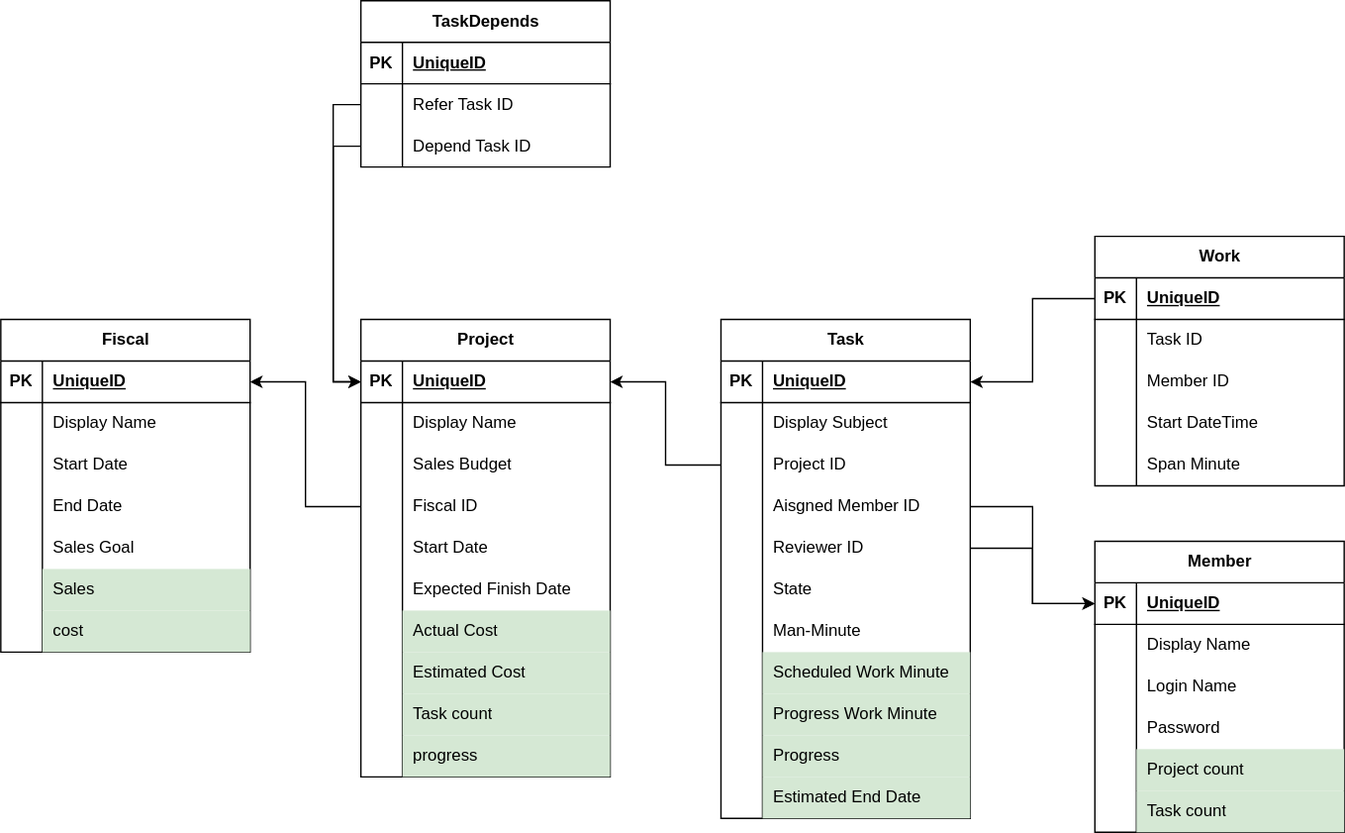
Above: document/figure/er.svg in lotcarnage/cinaps (draw.io), before the change. Source tidied: cells renumbered, new cells last; positions are measured from the earlier drawing's top-left corner, leaving out a move shared by most shapes.
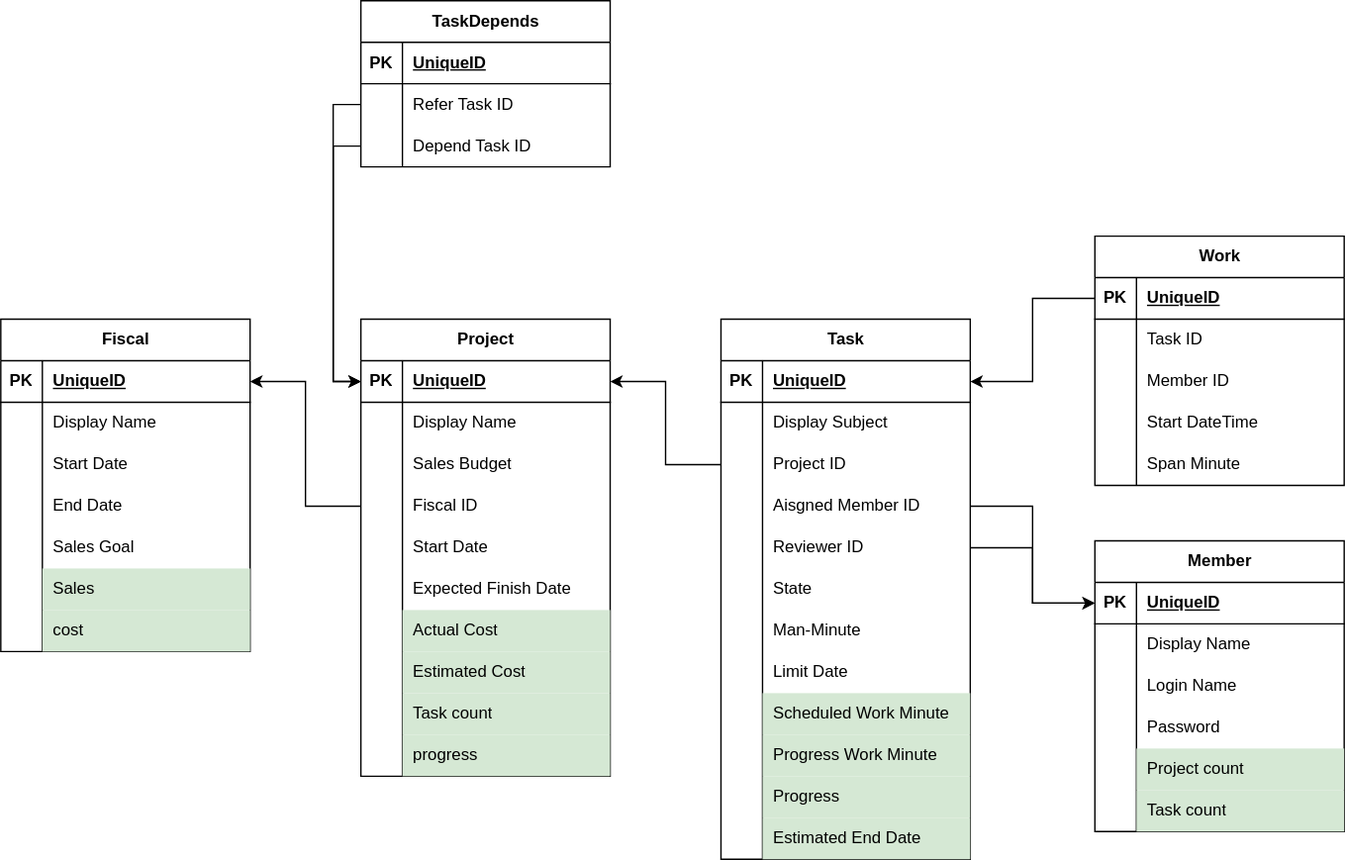
Later version of the same file.

Diff of the diagram source:
```diff
@@ -219,7 +219,7 @@
       <mxGeometry x="30" width="150" height="30" as="geometry" />
     </mxCell>
     <mxCell id="74" value="Task" style="shape=table;startSize=30;rowLines=0;fontStyle=1;align=center;html=1;" parent="1" vertex="1">
-      <mxGeometry x="520" y="230" width="180" height="360" as="geometry" />
+      <mxGeometry x="520" y="230" width="180" height="390" as="geometry" />
     </mxCell>
     <mxCell id="75" style="shape=tableRow;horizontal=0;startSize=0;swimlaneHead=0;swimlaneBody=0;fillColor=none;points=[[0,0.5],[1,0.5]];portConstraint=eastwest;top=0;left=0;right=0;bottom=1;" parent="74" vertex="1">
       <mxGeometry y="30" width="180" height="30" as="geometry" />
@@ -284,8 +284,17 @@
     <mxCell id="95" value="Man-Minute" style="shape=partialRectangle;fillColor=none;top=0;left=0;bottom=0;right=0;align=left;spacingLeft=6;overflow=hidden;whiteSpace=wrap;html=1;" parent="93" vertex="1">
       <mxGeometry x="30" width="150" height="30" as="geometry" />
     </mxCell>
+    <mxCell id="141" style="shape=tableRow;horizontal=0;startSize=0;swimlaneHead=0;swimlaneBody=0;fillColor=none;top=0;left=0;right=0;bottom=0;" parent="74" vertex="1">
+      <mxGeometry y="240" width="180" height="30" as="geometry" />
+    </mxCell>
+    <mxCell id="142" style="shape=partialRectangle;fillColor=none;top=0;left=0;bottom=0;right=0;overflow=hidden;whiteSpace=wrap;html=1;" parent="141" vertex="1">
+      <mxGeometry width="30" height="30" as="geometry" />
+    </mxCell>
+    <mxCell id="143" value="Limit Date" style="shape=partialRectangle;fillColor=none;top=0;left=0;bottom=0;right=0;align=left;spacingLeft=6;overflow=hidden;whiteSpace=wrap;html=1;" parent="141" vertex="1">
+      <mxGeometry x="30" width="150" height="30" as="geometry" />
+    </mxCell>
     <mxCell id="96" style="shape=tableRow;horizontal=0;startSize=0;swimlaneHead=0;swimlaneBody=0;fillColor=none;top=0;left=0;right=0;bottom=0;" parent="74" vertex="1">
-      <mxGeometry y="240" width="180" height="30" as="geometry" />
+      <mxGeometry y="270" width="180" height="30" as="geometry" />
     </mxCell>
     <mxCell id="97" style="shape=partialRectangle;fillColor=none;top=0;left=0;bottom=0;right=0;overflow=hidden;whiteSpace=wrap;html=1;" parent="96" vertex="1">
       <mxGeometry width="30" height="30" as="geometry" />
@@ -294,7 +303,7 @@
       <mxGeometry x="30" width="150" height="30" as="geometry" />
     </mxCell>
     <mxCell id="99" style="shape=tableRow;horizontal=0;startSize=0;swimlaneHead=0;swimlaneBody=0;fillColor=none;top=0;left=0;right=0;bottom=0;" parent="74" vertex="1">
-      <mxGeometry y="270" width="180" height="30" as="geometry" />
+      <mxGeometry y="300" width="180" height="30" as="geometry" />
     </mxCell>
     <mxCell id="100" style="shape=partialRectangle;fillColor=none;top=0;left=0;bottom=0;right=0;overflow=hidden;whiteSpace=wrap;html=1;" parent="99" vertex="1">
       <mxGeometry width="30" height="30" as="geometry" />
@@ -303,7 +312,7 @@
       <mxGeometry x="30" width="150" height="30" as="geometry" />
     </mxCell>
     <mxCell id="102" style="shape=tableRow;horizontal=0;startSize=0;swimlaneHead=0;swimlaneBody=0;fillColor=none;top=0;left=0;right=0;bottom=0;" parent="74" vertex="1">
-      <mxGeometry y="300" width="180" height="30" as="geometry" />
+      <mxGeometry y="330" width="180" height="30" as="geometry" />
     </mxCell>
     <mxCell id="103" style="shape=partialRectangle;fillColor=none;top=0;left=0;bottom=0;right=0;overflow=hidden;whiteSpace=wrap;html=1;" parent="102" vertex="1">
       <mxGeometry width="30" height="30" as="geometry" />
@@ -312,7 +321,7 @@
       <mxGeometry x="30" width="150" height="30" as="geometry" />
     </mxCell>
     <mxCell id="105" style="shape=tableRow;horizontal=0;startSize=0;swimlaneHead=0;swimlaneBody=0;fillColor=none;top=0;left=0;right=0;bottom=0;" parent="74" vertex="1">
-      <mxGeometry y="330" width="180" height="30" as="geometry" />
+      <mxGeometry y="360" width="180" height="30" as="geometry" />
     </mxCell>
     <mxCell id="106" style="shape=partialRectangle;fillColor=none;top=0;left=0;bottom=0;right=0;overflow=hidden;whiteSpace=wrap;html=1;" parent="105" vertex="1">
       <mxGeometry width="30" height="30" as="geometry" />
```
